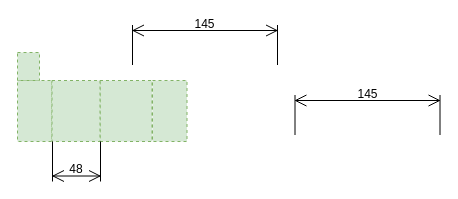
Above: HouseRoof.drawio in algimas/tmp (draw.io), before the change. Source tidied: cells renumbered, new cells numbered last; positions are measured from the earlier drawing's top-left corner, leaving out a move shared by most shapes. Both pictures are drawn from the tidied source at 100%, with x=0, y=0 at pixel (17, -28).
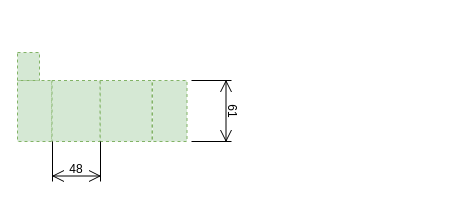
After the change.

What changed in the source:
```diff
@@
 <mxGraphModel>
   <root>
     <mxCell id="0" />
     <mxCell id="1" parent="0" />
     <mxCell id="2" style="rounded=0;whiteSpace=wrap;html=1;fillColor=#d5e8d4;strokeColor=#82b366;dashed=1;" parent="1" vertex="1">
       <mxGeometry x="135" y="108" width="34.5" height="61" as="geometry" />
     </mxCell>
     <mxCell id="3" style="rounded=0;whiteSpace=wrap;html=1;fillColor=#d5e8d4;strokeColor=#82b366;dashed=1;" parent="1" vertex="1">
       <mxGeometry y="108" width="34.5" height="61" as="geometry" />
     </mxCell>
     <mxCell id="4" style="rounded=0;whiteSpace=wrap;html=1;fillColor=#d5e8d4;strokeColor=#82b366;dashed=1;" parent="1" vertex="1">
       <mxGeometry y="80" width="22" height="28" as="geometry" />
     </mxCell>
     <mxCell id="5" style="rounded=0;whiteSpace=wrap;html=1;fillColor=#d5e8d4;strokeColor=#82b366;dashed=1;" parent="1" vertex="1">
       <mxGeometry x="82.5" y="108" width="52" height="61" as="geometry" />
     </mxCell>
     <mxCell id="6" style="rounded=0;whiteSpace=wrap;html=1;fillColor=#d5e8d4;strokeColor=#82b366;dashed=1;" parent="1" vertex="1">
       <mxGeometry x="34.5" y="108" width="48" height="61" as="geometry" />
     </mxCell>
-    <mxCell id="7" value="145" style="shape=dimension;direction=south;whiteSpace=wrap;html=1;align=center;verticalAlign=top;labelBackgroundColor=none;horizontal=0;spacingTop=-15;rotation=90;" parent="1" vertex="1">
-      <mxGeometry x="167.5" width="40" height="145" as="geometry" />
-    </mxCell>
-    <mxCell id="8" value="145" style="shape=dimension;direction=south;whiteSpace=wrap;html=1;align=center;verticalAlign=top;labelBackgroundColor=none;horizontal=0;spacingTop=-15;rotation=90;" parent="1" vertex="1">
-      <mxGeometry x="330" y="70" width="40" height="145" as="geometry" />
+    <mxCell id="8" value="61" style="shape=dimension;direction=south;whiteSpace=wrap;html=1;align=center;verticalAlign=top;labelBackgroundColor=none;horizontal=0;spacingTop=-15;rotation=180;" parent="1" vertex="1">
+      <mxGeometry x="174" y="108" width="40" height="61" as="geometry" />
     </mxCell>
     <mxCell id="9" value="48" style="shape=dimension;whiteSpace=wrap;html=1;align=center;verticalAlign=bottom;spacingBottom=3;labelBackgroundColor=none;" parent="1" vertex="1">
       <mxGeometry x="35" y="169" width="48" height="40" as="geometry" />
     </mxCell>
   </root>
 </mxGraphModel>
```
